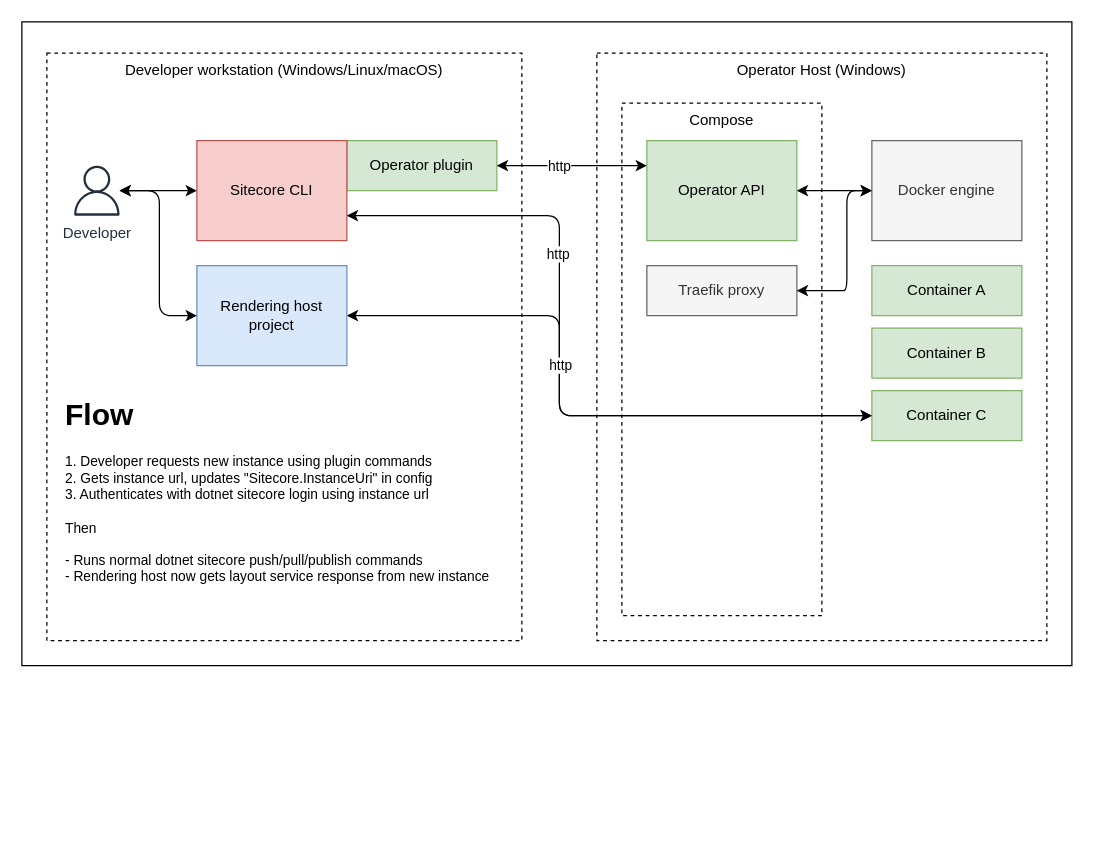
Above: docs/overview.drawio in Sitecore-Hackathon/2022-Web3 (draw.io), before the change. Source tidied: cells renumbered, new cells numbered last; positions are measured from the earlier drawing's top-left corner, leaving out a move shared by most shapes. Both pictures are drawn from the tidied source at 125%, with x=0, y=0 at pixel (21, 21).
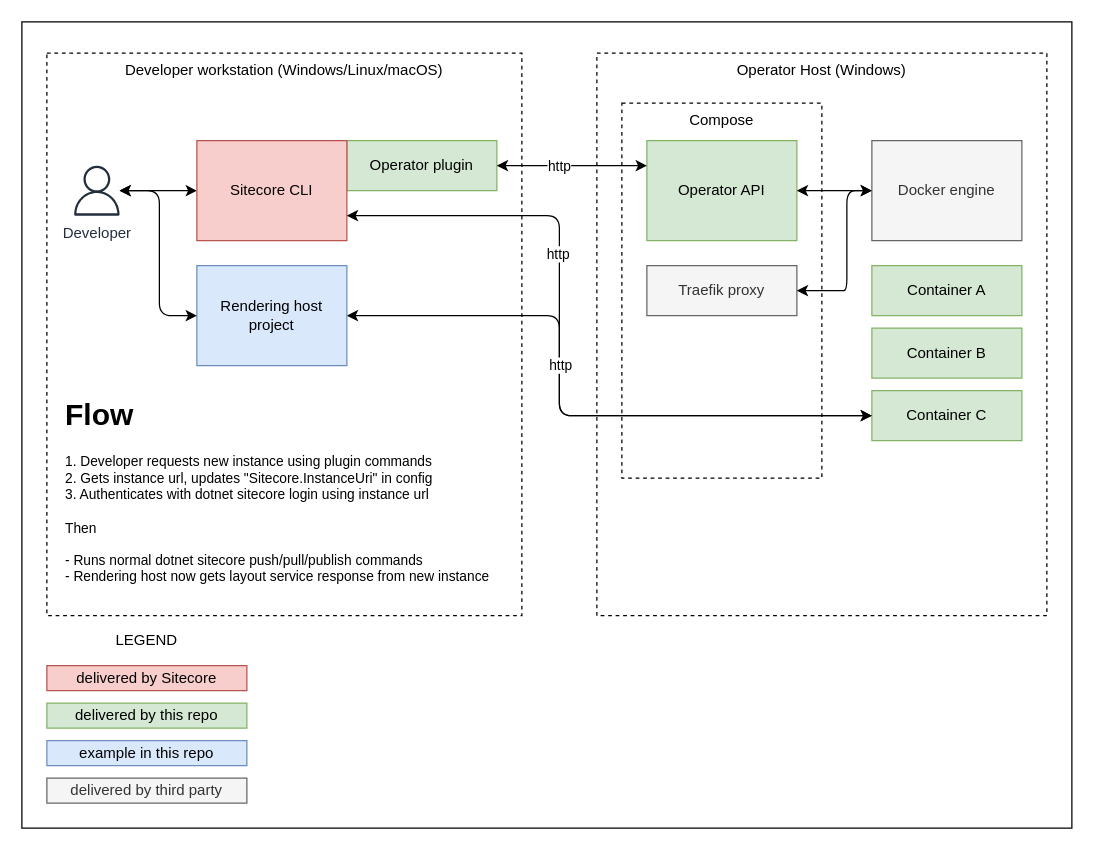
After the change.

Commit message (it also covers changes not shown here):
chore(doc): moore drawings

What changed in the source:
```diff
@@
+    <mxCell id="26" style="rounded=0;whiteSpace=wrap;html=1;fillColor=none;verticalAlign=top;" parent="1" vertex="1">
+      <mxGeometry width="840" height="645" as="geometry" />
+    </mxCell>
     <mxCell id="2" value="Developer workstation (Windows/Linux/macOS)" style="rounded=0;whiteSpace=wrap;html=1;dashed=1;fillColor=none;verticalAlign=top;" parent="1" vertex="1">
-      <mxGeometry x="20" y="25" width="380" height="470" as="geometry" />
+      <mxGeometry x="20" y="25" width="380" height="450" as="geometry" />
     </mxCell>
     <mxCell id="3" value="Operator Host (Windows)" style="rounded=0;whiteSpace=wrap;html=1;dashed=1;fillColor=none;verticalAlign=top;" parent="1" vertex="1">
-      <mxGeometry x="460" y="25" width="360" height="470" as="geometry" />
+      <mxGeometry x="460" y="25" width="360" height="450" as="geometry" />
     </mxCell>
     <mxCell id="4" value="Compose" style="rounded=0;whiteSpace=wrap;html=1;dashed=1;fillColor=none;verticalAlign=top;" parent="1" vertex="1">
-      <mxGeometry x="480" y="65" width="160" height="410" as="geometry" />
+      <mxGeometry x="480" y="65" width="160" height="300" as="geometry" />
     </mxCell>
@@
     <mxCell id="17" value="&lt;h1&gt;Flow&lt;/h1&gt;&lt;div style=&quot;font-size: 11px&quot;&gt;&lt;font style=&quot;font-size: 11px&quot;&gt;1. Developer requests new instance using plugin commands&lt;/font&gt;&lt;/div&gt;&lt;div style=&quot;font-size: 11px&quot;&gt;&lt;span&gt;2. Gets instance url, updates &quot;Sitecore.InstanceUri&quot; in config&lt;/span&gt;&lt;/div&gt;&lt;div style=&quot;font-size: 11px&quot;&gt;&lt;span&gt;3. Authenticates with dotnet sitecore login using instance url&lt;/span&gt;&lt;/div&gt;&lt;div style=&quot;font-size: 11px&quot;&gt;&lt;font style=&quot;font-size: 11px&quot;&gt;&lt;br&gt;&lt;/font&gt;&lt;/div&gt;&lt;div style=&quot;font-size: 11px&quot;&gt;&lt;font style=&quot;font-size: 11px&quot;&gt;Then&lt;/font&gt;&lt;/div&gt;&lt;div style=&quot;font-size: 11px&quot;&gt;&lt;font style=&quot;font-size: 11px&quot;&gt;&lt;br&gt;&lt;/font&gt;&lt;/div&gt;&lt;div style=&quot;font-size: 11px&quot;&gt;&lt;font style=&quot;font-size: 11px&quot;&gt;- Runs normal dotnet sitecore push/pull/publish commands&lt;/font&gt;&lt;/div&gt;&lt;div style=&quot;font-size: 11px&quot;&gt;&lt;font style=&quot;font-size: 11px&quot;&gt;- Rendering host now gets layout service response from new instance&lt;/font&gt;&lt;/div&gt;" style="text;html=1;strokeColor=none;fillColor=none;spacing=5;spacingTop=-20;whiteSpace=wrap;overflow=hidden;rounded=0;dashed=1;" parent="1" vertex="1">
-      <mxGeometry x="30" y="295" width="360" height="190" as="geometry" />
+      <mxGeometry x="30" y="295" width="360" height="170" as="geometry" />
     </mxCell>
@@
-    <mxCell id="26" style="rounded=0;whiteSpace=wrap;html=1;fillColor=none;verticalAlign=top;" parent="1" vertex="1">
-      <mxGeometry width="840" height="515" as="geometry" />
-    </mxCell>
+    <mxCell id="27" value="delivered by Sitecore" style="rounded=0;whiteSpace=wrap;html=1;fillColor=#f8cecc;strokeColor=#b85450;" parent="1" vertex="1">
+      <mxGeometry x="20" y="515" width="160" height="20" as="geometry" />
+    </mxCell>
+    <mxCell id="28" value="delivered by this repo" style="rounded=0;whiteSpace=wrap;html=1;fillColor=#d5e8d4;strokeColor=#82b366;" parent="1" vertex="1">
+      <mxGeometry x="20" y="545" width="160" height="20" as="geometry" />
+    </mxCell>
+    <mxCell id="29" value="example in this repo" style="rounded=0;whiteSpace=wrap;html=1;fillColor=#dae8fc;strokeColor=#6c8ebf;" parent="1" vertex="1">
+      <mxGeometry x="20" y="575" width="160" height="20" as="geometry" />
+    </mxCell>
+    <mxCell id="30" value="LEGEND" style="text;html=1;strokeColor=none;fillColor=none;align=center;verticalAlign=middle;whiteSpace=wrap;rounded=0;" parent="1" vertex="1">
+      <mxGeometry x="20" y="485" width="160" height="20" as="geometry" />
+    </mxCell>
+    <mxCell id="31" value="delivered by third party" style="rounded=0;whiteSpace=wrap;html=1;fillColor=#f5f5f5;strokeColor=#666666;fontColor=#333333;" parent="1" vertex="1">
+      <mxGeometry x="20" y="605" width="160" height="20" as="geometry" />
+    </mxCell>
```
